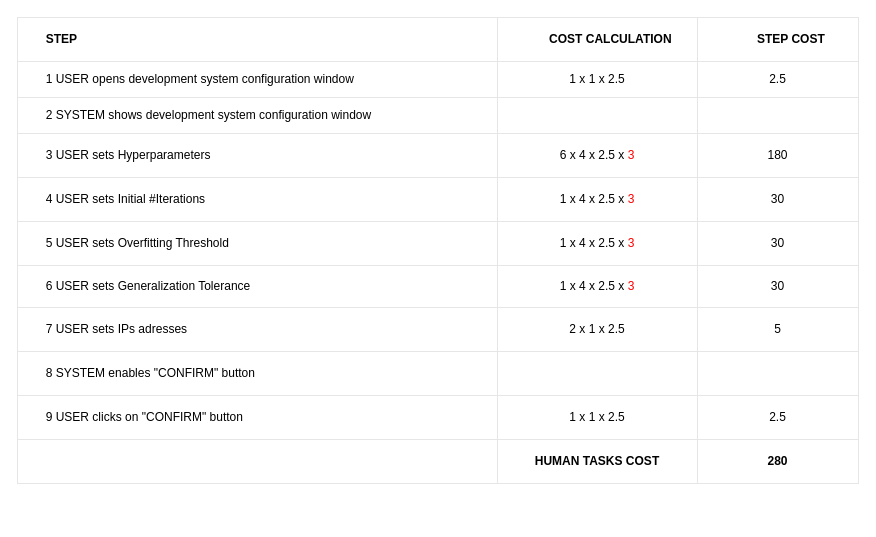
Earlier version of the draw.io diagram configure/development system (BELLO)/development_system_table.drawio (BaffoBello14/AutomaticDamagesRecognition). Source tidied: cells renumbered, new cells numbered last; positions are measured from the earlier drawing's top-left corner, leaving out a move shared by most shapes. Both pictures are drawn from the tidied source at 100%, with x=0, y=0 at pixel (17, 17).
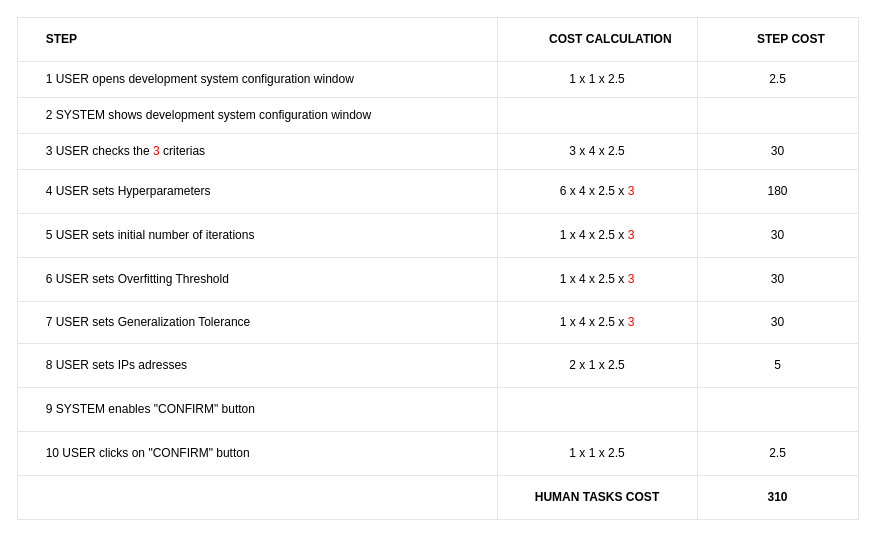
The same page after the edit.

Commit message (it also covers changes not shown here):
Update configuration for ingestion system (CAPE)

Change to the diagram source:
```diff
@@
     <mxCell id="2" style="childLayout=tableLayout;shadow=0;strokeColor=#E6E6E6;align=center;" parent="1" vertex="1">
-      <mxGeometry width="841" height="466" as="geometry" />
+      <mxGeometry width="841" height="502" as="geometry" />
     </mxCell>
@@
+    <mxCell id="47" style="shape=tableRow;horizontal=0;startSize=0;swimlaneHead=0;swimlaneBody=0;top=0;left=0;bottom=0;right=0;fontStyle=0;fillColor=none;strokeColor=inherit;align=center;" parent="2" vertex="1">
+      <mxGeometry y="116" width="841" height="36" as="geometry" />
+    </mxCell>
+    <mxCell id="48" value="&lt;span style=&quot;white-space: pre;&quot;&gt;&#9;&lt;/span&gt;3 USER checks the &lt;font color=&quot;#ff0000&quot;&gt;3&lt;/font&gt; criterias" style="strokeColor=inherit;fillColor=none;align=left;whiteSpace=wrap;html=1;labelPosition=center;verticalLabelPosition=middle;verticalAlign=middle;" parent="47" vertex="1">
+      <mxGeometry width="480" height="36" as="geometry" />
+    </mxCell>
+    <mxCell id="49" value="3 x 4 x 2.5" style="strokeColor=inherit;fillColor=none;align=center;whiteSpace=wrap;html=1;" parent="47" vertex="1">
+      <mxGeometry x="480" width="200" height="36" as="geometry" />
+    </mxCell>
+    <mxCell id="50" value="30" style="strokeColor=inherit;fillColor=none;align=center;whiteSpace=wrap;html=1;" parent="47" vertex="1">
+      <mxGeometry x="680" width="161" height="36" as="geometry" />
+    </mxCell>
     <mxCell id="15" style="shape=tableRow;horizontal=0;startSize=0;swimlaneHead=0;swimlaneBody=0;top=0;left=0;bottom=0;right=0;fontStyle=0;fillColor=none;strokeColor=inherit;align=center;" parent="2" vertex="1">
-      <mxGeometry y="116" width="841" height="44" as="geometry" />
+      <mxGeometry y="152" width="841" height="44" as="geometry" />
     </mxCell>
-    <mxCell id="16" value="&lt;span style=&quot;border-color: var(--border-color);&quot;&gt;&#9;&lt;/span&gt;&lt;span style=&quot;&quot;&gt;&#9;&lt;/span&gt;&lt;span style=&quot;white-space: pre;&quot;&gt;&#9;&lt;/span&gt;3 USER sets&amp;nbsp;&lt;span style=&quot;text-align: center;&quot;&gt;Hyperparameters&lt;/span&gt;" style="strokeColor=inherit;fillColor=none;align=left;whiteSpace=wrap;html=1;labelPosition=center;verticalLabelPosition=middle;verticalAlign=middle;" parent="15" vertex="1">
+    <mxCell id="16" value="&lt;span style=&quot;border-color: var(--border-color);&quot;&gt;&#9;&lt;/span&gt;&lt;span style=&quot;&quot;&gt;&#9;&lt;/span&gt;&lt;span style=&quot;white-space: pre;&quot;&gt;&#9;&lt;/span&gt;4&amp;nbsp;USER sets&amp;nbsp;&lt;span style=&quot;text-align: center;&quot;&gt;Hyperparameters&lt;/span&gt;" style="strokeColor=inherit;fillColor=none;align=left;whiteSpace=wrap;html=1;labelPosition=center;verticalLabelPosition=middle;verticalAlign=middle;" parent="15" vertex="1">
       <mxGeometry width="480" height="44" as="geometry" />
     </mxCell>
@@
     <mxCell id="19" style="shape=tableRow;horizontal=0;startSize=0;swimlaneHead=0;swimlaneBody=0;top=0;left=0;bottom=0;right=0;fontStyle=0;fillColor=none;strokeColor=inherit;align=center;" parent="2" vertex="1">
-      <mxGeometry y="160" width="841" height="44" as="geometry" />
+      <mxGeometry y="196" width="841" height="44" as="geometry" />
     </mxCell>
-    <mxCell id="20" value="&lt;span style=&quot;white-space: pre;&quot;&gt;&#9;&lt;/span&gt;4 USER sets Initial #Iterations" style="strokeColor=inherit;fillColor=none;align=left;whiteSpace=wrap;html=1;labelPosition=center;verticalLabelPosition=middle;verticalAlign=middle;" parent="19" vertex="1">
+    <mxCell id="20" value="&lt;span style=&quot;white-space: pre;&quot;&gt;&#9;&lt;/span&gt;5 USER sets initial number of iterations" style="strokeColor=inherit;fillColor=none;align=left;whiteSpace=wrap;html=1;labelPosition=center;verticalLabelPosition=middle;verticalAlign=middle;" parent="19" vertex="1">
       <mxGeometry width="480" height="44" as="geometry" />
     </mxCell>
@@
     <mxCell id="23" style="shape=tableRow;horizontal=0;startSize=0;swimlaneHead=0;swimlaneBody=0;top=0;left=0;bottom=0;right=0;fontStyle=0;fillColor=none;strokeColor=inherit;align=center;" parent="2" vertex="1">
-      <mxGeometry y="204" width="841" height="44" as="geometry" />
+      <mxGeometry y="240" width="841" height="44" as="geometry" />
     </mxCell>
-    <mxCell id="24" value="&lt;span style=&quot;white-space: pre;&quot;&gt;&#9;&lt;/span&gt;5 USER sets Overfitting Threshold" style="strokeColor=inherit;fillColor=none;align=left;whiteSpace=wrap;html=1;labelPosition=center;verticalLabelPosition=middle;verticalAlign=middle;" parent="23" vertex="1">
+    <mxCell id="24" value="&lt;span style=&quot;white-space: pre;&quot;&gt;&#9;&lt;/span&gt;6&amp;nbsp;USER sets Overfitting Threshold" style="strokeColor=inherit;fillColor=none;align=left;whiteSpace=wrap;html=1;labelPosition=center;verticalLabelPosition=middle;verticalAlign=middle;" parent="23" vertex="1">
       <mxGeometry width="480" height="44" as="geometry" />
     </mxCell>
@@
     <mxCell id="27" style="shape=tableRow;horizontal=0;startSize=0;swimlaneHead=0;swimlaneBody=0;top=0;left=0;bottom=0;right=0;fontStyle=0;fillColor=none;strokeColor=inherit;align=center;" parent="2" vertex="1">
-      <mxGeometry y="248" width="841" height="42" as="geometry" />
+      <mxGeometry y="284" width="841" height="42" as="geometry" />
     </mxCell>
-    <mxCell id="28" value="&lt;span style=&quot;white-space: pre;&quot;&gt;&#9;&lt;/span&gt;6 USER sets Generalization Tolerance" style="strokeColor=inherit;fillColor=none;align=left;whiteSpace=wrap;html=1;labelPosition=center;verticalLabelPosition=middle;verticalAlign=middle;" parent="27" vertex="1">
+    <mxCell id="28" value="&lt;span style=&quot;white-space: pre;&quot;&gt;&#9;&lt;/span&gt;7&amp;nbsp;USER sets Generalization Tolerance" style="strokeColor=inherit;fillColor=none;align=left;whiteSpace=wrap;html=1;labelPosition=center;verticalLabelPosition=middle;verticalAlign=middle;" parent="27" vertex="1">
       <mxGeometry width="480" height="42" as="geometry" />
     </mxCell>
@@
     <mxCell id="31" style="shape=tableRow;horizontal=0;startSize=0;swimlaneHead=0;swimlaneBody=0;top=0;left=0;bottom=0;right=0;fontStyle=0;fillColor=none;strokeColor=inherit;align=center;" parent="2" vertex="1">
-      <mxGeometry y="290" width="841" height="44" as="geometry" />
+      <mxGeometry y="326" width="841" height="44" as="geometry" />
     </mxCell>
-    <mxCell id="32" value="&lt;span style=&quot;white-space: pre;&quot;&gt;&#9;&lt;/span&gt;7 USER sets IPs adresses" style="strokeColor=inherit;fillColor=none;align=left;whiteSpace=wrap;html=1;labelPosition=center;verticalLabelPosition=middle;verticalAlign=middle;" parent="31" vertex="1">
+    <mxCell id="32" value="&lt;span style=&quot;white-space: pre;&quot;&gt;&#9;&lt;/span&gt;8&amp;nbsp;USER sets IPs adresses" style="strokeColor=inherit;fillColor=none;align=left;whiteSpace=wrap;html=1;labelPosition=center;verticalLabelPosition=middle;verticalAlign=middle;" parent="31" vertex="1">
       <mxGeometry width="480" height="44" as="geometry" />
     </mxCell>
@@
     <mxCell id="35" style="shape=tableRow;horizontal=0;startSize=0;swimlaneHead=0;swimlaneBody=0;top=0;left=0;bottom=0;right=0;fontStyle=0;fillColor=none;strokeColor=inherit;align=center;" parent="2" vertex="1">
-      <mxGeometry y="334" width="841" height="44" as="geometry" />
+      <mxGeometry y="370" width="841" height="44" as="geometry" />
     </mxCell>
-    <mxCell id="36" value="&lt;span style=&quot;white-space: pre;&quot;&gt;&#9;&lt;/span&gt;8 SYSTEM enables &quot;CONFIRM&quot; button" style="strokeColor=inherit;fillColor=none;align=left;whiteSpace=wrap;html=1;labelPosition=center;verticalLabelPosition=middle;verticalAlign=middle;" parent="35" vertex="1">
+    <mxCell id="36" value="&lt;span style=&quot;white-space: pre;&quot;&gt;&#9;&lt;/span&gt;9&amp;nbsp;SYSTEM enables &quot;CONFIRM&quot; button" style="strokeColor=inherit;fillColor=none;align=left;whiteSpace=wrap;html=1;labelPosition=center;verticalLabelPosition=middle;verticalAlign=middle;" parent="35" vertex="1">
       <mxGeometry width="480" height="44" as="geometry" />
     </mxCell>
@@
     <mxCell id="39" style="shape=tableRow;horizontal=0;startSize=0;swimlaneHead=0;swimlaneBody=0;top=0;left=0;bottom=0;right=0;fontStyle=0;fillColor=none;strokeColor=inherit;align=center;" parent="2" vertex="1">
-      <mxGeometry y="378" width="841" height="44" as="geometry" />
+      <mxGeometry y="414" width="841" height="44" as="geometry" />
     </mxCell>
-    <mxCell id="40" value="&lt;span style=&quot;white-space: pre;&quot;&gt;&#9;&lt;/span&gt;9 USER clicks on &quot;CONFIRM&quot; button" style="strokeColor=inherit;fillColor=none;align=left;whiteSpace=wrap;html=1;labelPosition=center;verticalLabelPosition=middle;verticalAlign=middle;" parent="39" vertex="1">
+    <mxCell id="40" value="&lt;span style=&quot;white-space: pre;&quot;&gt;&#9;&lt;/span&gt;10&amp;nbsp;USER clicks on &quot;CONFIRM&quot; button" style="strokeColor=inherit;fillColor=none;align=left;whiteSpace=wrap;html=1;labelPosition=center;verticalLabelPosition=middle;verticalAlign=middle;" parent="39" vertex="1">
       <mxGeometry width="480" height="44" as="geometry" />
     </mxCell>
@@
     <mxCell id="43" style="shape=tableRow;horizontal=0;startSize=0;swimlaneHead=0;swimlaneBody=0;top=0;left=0;bottom=0;right=0;fontStyle=0;fillColor=none;strokeColor=inherit;align=center;" parent="2" vertex="1">
-      <mxGeometry y="422" width="841" height="44" as="geometry" />
+      <mxGeometry y="458" width="841" height="44" as="geometry" />
     </mxCell>
@@
-    <mxCell id="46" value="280" style="strokeColor=inherit;fillColor=none;align=center;whiteSpace=wrap;html=1;fontStyle=1;" parent="43" vertex="1">
+    <mxCell id="46" value="310" style="strokeColor=inherit;fillColor=none;align=center;whiteSpace=wrap;html=1;fontStyle=1;" parent="43" vertex="1">
       <mxGeometry x="680" width="161" height="44" as="geometry" />
     </mxCell>
```
